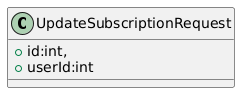
Above: assets/class-diagrams/subscriptionMobile.png in wemade-IoT/Documents_Repository (PlantUML), before the change.
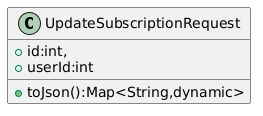
After the commit.

What changed in the source:
```diff
@@ -2,5 +2,6 @@
 class UpdateSubscriptionRequest{
  +id:int,
  +userId:int
+ +toJson():Map<String,dynamic>
 }
 @enduml
```
